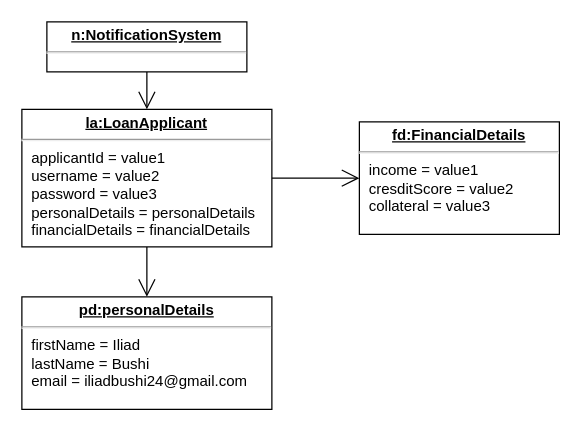
Above: Object Diagram 3.drawio in AjnaNushi/drawio (draw.io), before the change. Source tidied: cells renumbered, new cells numbered last; positions are measured from the earlier drawing's top-left corner, leaving out a move shared by most shapes. Both pictures are drawn from the tidied source at 125%, with x=0, y=0 at pixel (21, 21).
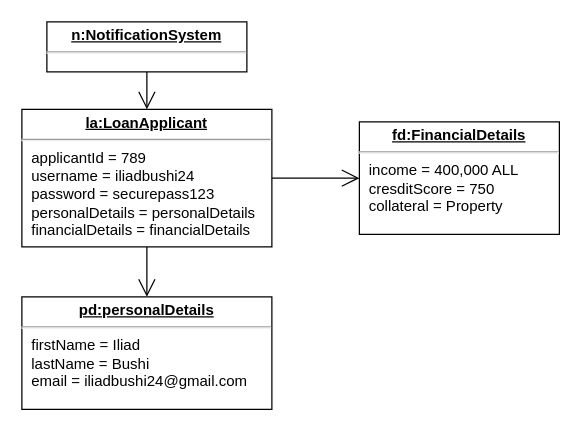
The same diagram, later.

The edit, as a diff of the source:
```diff
@@
 <mxGraphModel>
   <root>
     <mxCell id="0" />
     <mxCell id="1" parent="0" />
     <mxCell id="2" value="&lt;p style=&quot;margin:0px;margin-top:4px;text-align:center;text-decoration:underline;&quot;&gt;&lt;b&gt;n:NotificationSystem&lt;/b&gt;&lt;/p&gt;&lt;hr&gt;&lt;p style=&quot;margin:0px;margin-left:8px;&quot;&gt;&lt;br&gt;&lt;/p&gt;" style="verticalAlign=top;align=left;overflow=fill;fontSize=12;fontFamily=Helvetica;html=1;whiteSpace=wrap;" parent="1" vertex="1">
       <mxGeometry x="20" width="160" height="40" as="geometry" />
     </mxCell>
-    <mxCell id="3" value="&lt;p style=&quot;margin:0px;margin-top:4px;text-align:center;text-decoration:underline;&quot;&gt;&lt;b&gt;la:LoanApplicant&lt;/b&gt;&lt;/p&gt;&lt;hr&gt;&lt;p style=&quot;margin:0px;margin-left:8px;&quot;&gt;applicantId = value1&lt;br&gt;username = value2&lt;br&gt;password = value3&lt;/p&gt;&lt;p style=&quot;margin:0px;margin-left:8px;&quot;&gt;personalDetails = personalDetails&lt;/p&gt;&lt;p style=&quot;margin:0px;margin-left:8px;&quot;&gt;financialDetails = financialDetails&lt;/p&gt;" style="verticalAlign=top;align=left;overflow=fill;fontSize=12;fontFamily=Helvetica;html=1;whiteSpace=wrap;" parent="1" vertex="1">
+    <mxCell id="3" value="&lt;p style=&quot;margin:0px;margin-top:4px;text-align:center;text-decoration:underline;&quot;&gt;&lt;b&gt;la:LoanApplicant&lt;/b&gt;&lt;/p&gt;&lt;hr&gt;&lt;p style=&quot;margin:0px;margin-left:8px;&quot;&gt;applicantId =&amp;nbsp;789&lt;br&gt;username = iliadbushi24&lt;br&gt;password = securepass123&lt;/p&gt;&lt;p style=&quot;margin:0px;margin-left:8px;&quot;&gt;personalDetails = personalDetails&lt;/p&gt;&lt;p style=&quot;margin:0px;margin-left:8px;&quot;&gt;financialDetails = financialDetails&lt;/p&gt;" style="verticalAlign=top;align=left;overflow=fill;fontSize=12;fontFamily=Helvetica;html=1;whiteSpace=wrap;" parent="1" vertex="1">
       <mxGeometry y="70" width="200" height="110" as="geometry" />
     </mxCell>
     <mxCell id="4" value="&lt;p style=&quot;margin:0px;margin-top:4px;text-align:center;text-decoration:underline;&quot;&gt;&lt;b&gt;pd:personalDetails&lt;/b&gt;&lt;/p&gt;&lt;hr&gt;&lt;p style=&quot;margin:0px;margin-left:8px;&quot;&gt;firstName = Iliad&lt;br&gt;lastName = Bushi&lt;br&gt;email = iliadbushi24@gmail.com&lt;/p&gt;" style="verticalAlign=top;align=left;overflow=fill;fontSize=12;fontFamily=Helvetica;html=1;whiteSpace=wrap;" parent="1" vertex="1">
       <mxGeometry y="220" width="200" height="90" as="geometry" />
     </mxCell>
-    <mxCell id="5" value="&lt;p style=&quot;margin:0px;margin-top:4px;text-align:center;text-decoration:underline;&quot;&gt;&lt;b&gt;fd:FinancialDetails&lt;/b&gt;&lt;/p&gt;&lt;hr&gt;&lt;p style=&quot;margin:0px;margin-left:8px;&quot;&gt;income = value1&lt;br&gt;cresditScore = value2&lt;br&gt;collateral = value3&lt;/p&gt;" style="verticalAlign=top;align=left;overflow=fill;fontSize=12;fontFamily=Helvetica;html=1;whiteSpace=wrap;" parent="1" vertex="1">
+    <mxCell id="5" value="&lt;p style=&quot;margin:0px;margin-top:4px;text-align:center;text-decoration:underline;&quot;&gt;&lt;b&gt;fd:FinancialDetails&lt;/b&gt;&lt;/p&gt;&lt;hr&gt;&lt;p style=&quot;margin:0px;margin-left:8px;&quot;&gt;income = 400,000 ALL&lt;br&gt;cresditScore =&amp;nbsp;750&lt;br&gt;collateral = Property&lt;/p&gt;" style="verticalAlign=top;align=left;overflow=fill;fontSize=12;fontFamily=Helvetica;html=1;whiteSpace=wrap;" parent="1" vertex="1">
       <mxGeometry x="270" y="80" width="160" height="90" as="geometry" />
     </mxCell>
     <mxCell id="6" style="endArrow=open;endFill=1;endSize=12;html=1;rounded=0;exitX=0.5;exitY=1;exitDx=0;exitDy=0;entryX=0.5;entryY=0;entryDx=0;entryDy=0;" parent="1" edge="1" source="2" target="3">
       <mxGeometry relative="1" as="geometry" />
     </mxCell>
     <mxCell id="7" style="endArrow=open;endFill=1;endSize=12;html=1;rounded=0;exitX=0.5;exitY=1;exitDx=0;exitDy=0;entryX=0.5;entryY=0;entryDx=0;entryDy=0;" parent="1" edge="1" source="3" target="4">
       <mxGeometry relative="1" as="geometry" />
     </mxCell>
     <mxCell id="8" style="endArrow=open;endFill=1;endSize=12;html=1;rounded=0;exitX=1;exitY=0.5;exitDx=0;exitDy=0;entryX=0;entryY=0.5;entryDx=0;entryDy=0;" parent="1" edge="1" source="3" target="5">
       <mxGeometry relative="1" as="geometry" />
     </mxCell>
   </root>
 </mxGraphModel>
```
